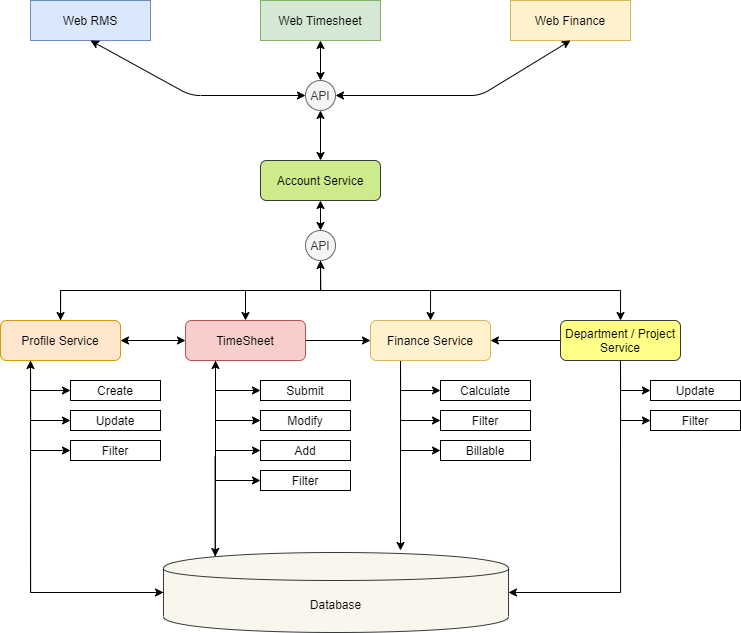
kaisven7/rms-documents keeps this draw.io diagram as rms-overview/RMS_System_overview.png. Above is the earlier version. Source tidied: cells renumbered, new cells last; positions are measured from the earlier drawing's top-left corner, leaving out a move shared by most shapes. Its diagram source:
```xml
<mxGraphModel>
  <root>
    <mxCell id="0" />
    <mxCell id="1" parent="0" />
    <mxCell id="2" value="Web RMS" style="rounded=0;whiteSpace=wrap;html=1;fillColor=#dae8fc;strokeColor=#6c8ebf;" parent="1" vertex="1">
      <mxGeometry x="30" width="120" height="40" as="geometry" />
    </mxCell>
    <mxCell id="3" value="Web Timesheet" style="rounded=0;whiteSpace=wrap;html=1;fillColor=#d5e8d4;strokeColor=#82b366;" parent="1" vertex="1">
      <mxGeometry x="260" width="120" height="40" as="geometry" />
    </mxCell>
    <mxCell id="4" value="Web Finance" style="rounded=0;whiteSpace=wrap;html=1;fillColor=#fff2cc;strokeColor=#d6b656;" parent="1" vertex="1">
      <mxGeometry x="510" width="120" height="40" as="geometry" />
    </mxCell>
    <mxCell id="5" value="Account Service" style="rounded=1;whiteSpace=wrap;html=1;fillColor=#cdeb8b;strokeColor=#36393d;" parent="1" vertex="1">
      <mxGeometry x="260" y="160" width="120" height="40" as="geometry" />
    </mxCell>
    <mxCell id="6" value="API" style="ellipse;whiteSpace=wrap;html=1;fillColor=#f5f5f5;strokeColor=#666666;fontColor=#333333;" parent="1" vertex="1">
      <mxGeometry x="305" y="80" width="30" height="30" as="geometry" />
    </mxCell>
    <mxCell id="7" style="endArrow=classic;startArrow=classic;html=1;entryX=0.5;entryY=1;entryDx=0;entryDy=0;exitX=0.5;exitY=0;exitDx=0;exitDy=0;" parent="1" edge="1" source="6" target="3">
      <mxGeometry relative="1" as="geometry" />
    </mxCell>
    <mxCell id="8" style="endArrow=classic;startArrow=classic;html=1;exitX=1;exitY=0.5;exitDx=0;exitDy=0;entryX=0.5;entryY=1;entryDx=0;entryDy=0;" parent="1" edge="1" source="6" target="4">
      <mxGeometry relative="1" as="geometry">
        <Array as="points">
          <mxPoint x="480" y="95" />
        </Array>
      </mxGeometry>
    </mxCell>
    <mxCell id="9" style="endArrow=classic;startArrow=classic;html=1;entryX=0.5;entryY=1;entryDx=0;entryDy=0;exitX=0;exitY=0.5;exitDx=0;exitDy=0;" parent="1" edge="1" source="6" target="2">
      <mxGeometry relative="1" as="geometry">
        <Array as="points">
          <mxPoint x="190" y="95" />
        </Array>
      </mxGeometry>
    </mxCell>
    <mxCell id="10" style="endArrow=classic;startArrow=classic;html=1;exitX=0.5;exitY=0;exitDx=0;exitDy=0;entryX=0.5;entryY=1;entryDx=0;entryDy=0;" parent="1" edge="1" source="5" target="6">
      <mxGeometry relative="1" as="geometry" />
    </mxCell>
    <mxCell id="11" style="edgeStyle=orthogonalEdgeStyle;rounded=0;jettySize=auto;html=1;exitX=0.5;exitY=0;exitDx=0;exitDy=0;entryX=0.5;entryY=1;entryDx=0;entryDy=0;" parent="1" edge="1" source="16" target="38">
      <mxGeometry relative="1" as="geometry" />
    </mxCell>
    <mxCell id="12" style="edgeStyle=orthogonalEdgeStyle;rounded=0;jettySize=auto;html=1;exitX=0.25;exitY=1;exitDx=0;exitDy=0;entryX=0;entryY=0.5;entryDx=0;entryDy=0;" parent="1" edge="1" source="16" target="40">
      <mxGeometry relative="1" as="geometry" />
    </mxCell>
    <mxCell id="13" style="edgeStyle=orthogonalEdgeStyle;rounded=0;jettySize=auto;html=1;exitX=0.25;exitY=1;exitDx=0;exitDy=0;entryX=0;entryY=0.5;entryDx=0;entryDy=0;" parent="1" edge="1" source="16" target="41">
      <mxGeometry relative="1" as="geometry" />
    </mxCell>
    <mxCell id="14" style="edgeStyle=orthogonalEdgeStyle;rounded=0;jettySize=auto;html=1;exitX=0.25;exitY=1;exitDx=0;exitDy=0;entryX=0;entryY=0.5;entryDx=0;entryDy=0;" parent="1" edge="1" source="16" target="42">
      <mxGeometry relative="1" as="geometry" />
    </mxCell>
    <mxCell id="15" style="edgeStyle=orthogonalEdgeStyle;rounded=0;jettySize=auto;html=1;exitX=0.25;exitY=1;exitDx=0;exitDy=0;entryX=0;entryY=0.5;entryDx=0;entryDy=0;" parent="1" edge="1" source="16" target="50">
      <mxGeometry relative="1" as="geometry" />
    </mxCell>
    <mxCell id="16" value="Profile Service" style="rounded=1;whiteSpace=wrap;html=1;fillColor=#ffe6cc;strokeColor=#d79b00;" parent="1" vertex="1">
      <mxGeometry y="320" width="120" height="40" as="geometry" />
    </mxCell>
    <mxCell id="17" style="edgeStyle=orthogonalEdgeStyle;rounded=0;jettySize=auto;html=1;exitX=0.25;exitY=1;exitDx=0;exitDy=0;entryX=0;entryY=0.5;entryDx=0;entryDy=0;" parent="1" edge="1" source="23" target="43">
      <mxGeometry relative="1" as="geometry" />
    </mxCell>
    <mxCell id="18" style="edgeStyle=orthogonalEdgeStyle;rounded=0;jettySize=auto;html=1;exitX=0.25;exitY=1;exitDx=0;exitDy=0;entryX=0;entryY=0.5;entryDx=0;entryDy=0;" parent="1" edge="1" source="23" target="44">
      <mxGeometry relative="1" as="geometry" />
    </mxCell>
    <mxCell id="19" style="edgeStyle=orthogonalEdgeStyle;rounded=0;jettySize=auto;html=1;exitX=0.25;exitY=1;exitDx=0;exitDy=0;entryX=0;entryY=0.5;entryDx=0;entryDy=0;" parent="1" edge="1" source="23" target="45">
      <mxGeometry relative="1" as="geometry" />
    </mxCell>
    <mxCell id="20" style="edgeStyle=orthogonalEdgeStyle;rounded=0;jettySize=auto;html=1;exitX=0.25;exitY=1;exitDx=0;exitDy=0;entryX=0;entryY=0.5;entryDx=0;entryDy=0;" parent="1" edge="1" source="23" target="46">
      <mxGeometry relative="1" as="geometry" />
    </mxCell>
    <mxCell id="21" style="edgeStyle=orthogonalEdgeStyle;rounded=0;jettySize=auto;html=1;exitX=1;exitY=0.5;exitDx=0;exitDy=0;" parent="1" edge="1" source="23" target="28">
      <mxGeometry relative="1" as="geometry" />
    </mxCell>
    <mxCell id="22" style="edgeStyle=orthogonalEdgeStyle;rounded=0;jettySize=auto;html=1;exitX=0.25;exitY=1;exitDx=0;exitDy=0;entryX=0.15;entryY=0.05;entryDx=0;entryDy=0;entryPerimeter=0;" parent="1" edge="1" source="23" target="50">
      <mxGeometry relative="1" as="geometry" />
    </mxCell>
    <mxCell id="23" value="TimeSheet" style="rounded=1;whiteSpace=wrap;html=1;fillColor=#f8cecc;strokeColor=#b85450;" parent="1" vertex="1">
      <mxGeometry x="185" y="320" width="120" height="40" as="geometry" />
    </mxCell>
    <mxCell id="24" style="edgeStyle=orthogonalEdgeStyle;rounded=0;jettySize=auto;html=1;exitX=0.25;exitY=1;exitDx=0;exitDy=0;entryX=0;entryY=0.5;entryDx=0;entryDy=0;" parent="1" edge="1" source="28" target="51">
      <mxGeometry relative="1" as="geometry" />
    </mxCell>
    <mxCell id="25" style="edgeStyle=orthogonalEdgeStyle;rounded=0;jettySize=auto;html=1;exitX=0.25;exitY=1;exitDx=0;exitDy=0;entryX=0;entryY=0.5;entryDx=0;entryDy=0;" parent="1" edge="1" source="28" target="52">
      <mxGeometry relative="1" as="geometry" />
    </mxCell>
    <mxCell id="26" style="edgeStyle=orthogonalEdgeStyle;rounded=0;jettySize=auto;html=1;exitX=0.25;exitY=1;exitDx=0;exitDy=0;entryX=0;entryY=0.5;entryDx=0;entryDy=0;" parent="1" edge="1" source="28" target="53">
      <mxGeometry relative="1" as="geometry" />
    </mxCell>
    <mxCell id="27" style="edgeStyle=orthogonalEdgeStyle;rounded=0;jettySize=auto;html=1;exitX=0.25;exitY=1;exitDx=0;exitDy=0;entryX=0.687;entryY=-0.025;entryDx=0;entryDy=0;entryPerimeter=0;" parent="1" edge="1" source="28" target="50">
      <mxGeometry relative="1" as="geometry" />
    </mxCell>
    <mxCell id="28" value="Finance Service" style="rounded=1;whiteSpace=wrap;html=1;fillColor=#fff2cc;strokeColor=#d6b656;" parent="1" vertex="1">
      <mxGeometry x="370" y="320" width="120" height="40" as="geometry" />
    </mxCell>
    <mxCell id="29" style="edgeStyle=orthogonalEdgeStyle;rounded=0;jettySize=auto;html=1;exitX=0;exitY=0.5;exitDx=0;exitDy=0;" parent="1" edge="1" source="33" target="28">
      <mxGeometry relative="1" as="geometry" />
    </mxCell>
    <mxCell id="30" style="edgeStyle=orthogonalEdgeStyle;rounded=0;jettySize=auto;html=1;exitX=0.5;exitY=1;exitDx=0;exitDy=0;entryX=1;entryY=0.5;entryDx=0;entryDy=0;" parent="1" edge="1" source="33" target="50">
      <mxGeometry relative="1" as="geometry" />
    </mxCell>
    <mxCell id="31" style="edgeStyle=orthogonalEdgeStyle;rounded=0;jettySize=auto;html=1;exitX=0.5;exitY=1;exitDx=0;exitDy=0;entryX=0;entryY=0.5;entryDx=0;entryDy=0;" parent="1" edge="1" source="33" target="54">
      <mxGeometry relative="1" as="geometry" />
    </mxCell>
    <mxCell id="32" style="edgeStyle=orthogonalEdgeStyle;rounded=0;jettySize=auto;html=1;exitX=0.5;exitY=1;exitDx=0;exitDy=0;entryX=0;entryY=0.5;entryDx=0;entryDy=0;" parent="1" edge="1" source="33" target="55">
      <mxGeometry relative="1" as="geometry" />
    </mxCell>
    <mxCell id="33" value="Department / Project&lt;br&gt;Service" style="rounded=1;whiteSpace=wrap;html=1;fillColor=#ffff88;strokeColor=#36393d;" parent="1" vertex="1">
      <mxGeometry x="560" y="320" width="120" height="40" as="geometry" />
    </mxCell>
    <mxCell id="34" style="edgeStyle=orthogonalEdgeStyle;rounded=0;jettySize=auto;html=1;exitX=0.5;exitY=1;exitDx=0;exitDy=0;entryX=0.5;entryY=0;entryDx=0;entryDy=0;" parent="1" edge="1" source="38" target="23">
      <mxGeometry relative="1" as="geometry" />
    </mxCell>
    <mxCell id="35" style="edgeStyle=orthogonalEdgeStyle;rounded=0;jettySize=auto;html=1;exitX=0.5;exitY=1;exitDx=0;exitDy=0;" parent="1" edge="1" source="38" target="16">
      <mxGeometry relative="1" as="geometry" />
    </mxCell>
    <mxCell id="36" style="edgeStyle=orthogonalEdgeStyle;rounded=0;jettySize=auto;html=1;exitX=0.5;exitY=1;exitDx=0;exitDy=0;entryX=0.5;entryY=0;entryDx=0;entryDy=0;" parent="1" edge="1" source="38" target="28">
      <mxGeometry relative="1" as="geometry" />
    </mxCell>
    <mxCell id="37" style="edgeStyle=orthogonalEdgeStyle;rounded=0;jettySize=auto;html=1;exitX=0.5;exitY=1;exitDx=0;exitDy=0;entryX=0.5;entryY=0;entryDx=0;entryDy=0;" parent="1" edge="1" source="38" target="33">
      <mxGeometry relative="1" as="geometry" />
    </mxCell>
    <mxCell id="38" value="API" style="ellipse;whiteSpace=wrap;html=1;fillColor=#f5f5f5;strokeColor=#666666;fontColor=#333333;" parent="1" vertex="1">
      <mxGeometry x="305" y="230" width="30" height="30" as="geometry" />
    </mxCell>
    <mxCell id="39" style="endArrow=classic;startArrow=classic;html=1;exitX=0.5;exitY=0;exitDx=0;exitDy=0;entryX=0.5;entryY=1;entryDx=0;entryDy=0;" parent="1" edge="1" source="38" target="5">
      <mxGeometry relative="1" as="geometry" />
    </mxCell>
    <mxCell id="40" value="Create" style="rounded=0;whiteSpace=wrap;html=1;" parent="1" vertex="1">
      <mxGeometry x="70" y="380" width="90" height="20" as="geometry" />
    </mxCell>
    <mxCell id="41" value="Update" style="rounded=0;whiteSpace=wrap;html=1;" parent="1" vertex="1">
      <mxGeometry x="70" y="410" width="90" height="20" as="geometry" />
    </mxCell>
    <mxCell id="42" value="Filter" style="rounded=0;whiteSpace=wrap;html=1;" parent="1" vertex="1">
      <mxGeometry x="70" y="440" width="90" height="20" as="geometry" />
    </mxCell>
    <mxCell id="43" value="Submit" style="rounded=0;whiteSpace=wrap;html=1;" parent="1" vertex="1">
      <mxGeometry x="260" y="380" width="90" height="20" as="geometry" />
    </mxCell>
    <mxCell id="44" value="Modify" style="rounded=0;whiteSpace=wrap;html=1;" parent="1" vertex="1">
      <mxGeometry x="260" y="410" width="90" height="20" as="geometry" />
    </mxCell>
    <mxCell id="45" value="Add" style="rounded=0;whiteSpace=wrap;html=1;" parent="1" vertex="1">
      <mxGeometry x="260" y="440" width="90" height="20" as="geometry" />
    </mxCell>
    <mxCell id="46" value="Filter" style="rounded=0;whiteSpace=wrap;html=1;" parent="1" vertex="1">
      <mxGeometry x="260" y="470" width="90" height="20" as="geometry" />
    </mxCell>
    <mxCell id="47" style="endArrow=classic;startArrow=classic;html=1;exitX=1;exitY=0.5;exitDx=0;exitDy=0;entryX=0;entryY=0.5;entryDx=0;entryDy=0;" parent="1" edge="1" source="16" target="23">
      <mxGeometry relative="1" as="geometry" />
    </mxCell>
    <mxCell id="48" style="edgeStyle=orthogonalEdgeStyle;rounded=0;jettySize=auto;html=1;exitX=0.15;exitY=0.05;exitDx=0;exitDy=0;exitPerimeter=0;entryX=0.25;entryY=1;entryDx=0;entryDy=0;" parent="1" edge="1" source="50" target="23">
      <mxGeometry relative="1" as="geometry" />
    </mxCell>
    <mxCell id="49" style="edgeStyle=orthogonalEdgeStyle;rounded=0;jettySize=auto;html=1;exitX=0;exitY=0.5;exitDx=0;exitDy=0;entryX=0.25;entryY=1;entryDx=0;entryDy=0;" parent="1" edge="1" source="50" target="16">
      <mxGeometry relative="1" as="geometry" />
    </mxCell>
    <mxCell id="50" value="Database" style="shape=cylinder;whiteSpace=wrap;html=1;boundedLbl=1;backgroundOutline=1;fillColor=#f9f7ed;strokeColor=#36393d;" parent="1" vertex="1">
      <mxGeometry x="163" y="552" width="345" height="80" as="geometry" />
    </mxCell>
    <mxCell id="51" value="Calculate" style="rounded=0;whiteSpace=wrap;html=1;" parent="1" vertex="1">
      <mxGeometry x="440" y="380" width="90" height="20" as="geometry" />
    </mxCell>
    <mxCell id="52" value="Filter" style="rounded=0;whiteSpace=wrap;html=1;" parent="1" vertex="1">
      <mxGeometry x="440" y="410" width="90" height="20" as="geometry" />
    </mxCell>
    <mxCell id="53" value="Billable" style="rounded=0;whiteSpace=wrap;html=1;" parent="1" vertex="1">
      <mxGeometry x="440" y="440" width="90" height="20" as="geometry" />
    </mxCell>
    <mxCell id="54" value="Update" style="rounded=0;whiteSpace=wrap;html=1;" parent="1" vertex="1">
      <mxGeometry x="650" y="380" width="90" height="20" as="geometry" />
    </mxCell>
    <mxCell id="55" value="Filter" style="rounded=0;whiteSpace=wrap;html=1;" parent="1" vertex="1">
      <mxGeometry x="650" y="410" width="90" height="20" as="geometry" />
    </mxCell>
  </root>
</mxGraphModel>
```
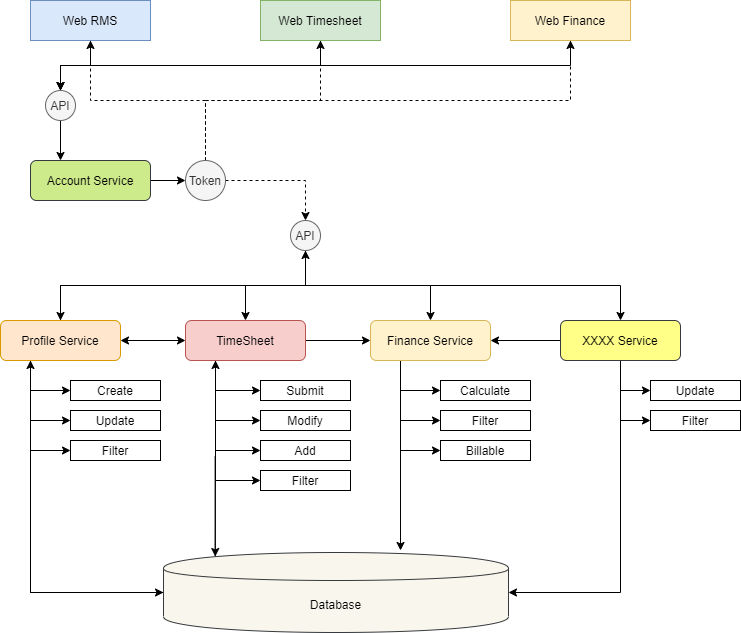
Later version of the same file.

Commit message:
Update System overview

Change to the diagram source:
```diff
@@ -2,41 +2,36 @@
   <root>
     <mxCell id="0" />
     <mxCell id="1" parent="0" />
+    <mxCell id="56" style="edgeStyle=orthogonalEdgeStyle;rounded=0;jettySize=auto;html=1;exitX=0.5;exitY=1;exitDx=0;exitDy=0;" parent="1" edge="1" source="2" target="6">
+      <mxGeometry relative="1" as="geometry" />
+    </mxCell>
     <mxCell id="2" value="Web RMS" style="rounded=0;whiteSpace=wrap;html=1;fillColor=#dae8fc;strokeColor=#6c8ebf;" parent="1" vertex="1">
       <mxGeometry x="30" width="120" height="40" as="geometry" />
     </mxCell>
+    <mxCell id="57" style="edgeStyle=orthogonalEdgeStyle;rounded=0;jettySize=auto;html=1;exitX=0.5;exitY=1;exitDx=0;exitDy=0;entryX=0.5;entryY=0;entryDx=0;entryDy=0;" parent="1" edge="1" source="3" target="6">
+      <mxGeometry relative="1" as="geometry" />
+    </mxCell>
     <mxCell id="3" value="Web Timesheet" style="rounded=0;whiteSpace=wrap;html=1;fillColor=#d5e8d4;strokeColor=#82b366;" parent="1" vertex="1">
       <mxGeometry x="260" width="120" height="40" as="geometry" />
     </mxCell>
+    <mxCell id="58" style="edgeStyle=orthogonalEdgeStyle;rounded=0;jettySize=auto;html=1;exitX=0.5;exitY=1;exitDx=0;exitDy=0;entryX=0.5;entryY=0;entryDx=0;entryDy=0;" parent="1" edge="1" source="4" target="6">
+      <mxGeometry relative="1" as="geometry" />
+    </mxCell>
     <mxCell id="4" value="Web Finance" style="rounded=0;whiteSpace=wrap;html=1;fillColor=#fff2cc;strokeColor=#d6b656;" parent="1" vertex="1">
       <mxGeometry x="510" width="120" height="40" as="geometry" />
     </mxCell>
+    <mxCell id="59" style="edgeStyle=orthogonalEdgeStyle;rounded=0;jettySize=auto;html=1;exitX=1;exitY=0.5;exitDx=0;exitDy=0;entryX=0;entryY=0.5;entryDx=0;entryDy=0;" parent="1" edge="1" source="5" target="65">
+      <mxGeometry relative="1" as="geometry" />
+    </mxCell>
     <mxCell id="5" value="Account Service" style="rounded=1;whiteSpace=wrap;html=1;fillColor=#cdeb8b;strokeColor=#36393d;" parent="1" vertex="1">
-      <mxGeometry x="260" y="160" width="120" height="40" as="geometry" />
+      <mxGeometry x="30" y="160" width="120" height="40" as="geometry" />
     </mxCell>
+    <mxCell id="60" style="edgeStyle=orthogonalEdgeStyle;rounded=0;jettySize=auto;html=1;entryX=0.25;entryY=0;entryDx=0;entryDy=0;" parent="1" edge="1" source="6" target="5">
+      <mxGeometry relative="1" as="geometry" />
+    </mxCell>
     <mxCell id="6" value="API" style="ellipse;whiteSpace=wrap;html=1;fillColor=#f5f5f5;strokeColor=#666666;fontColor=#333333;" parent="1" vertex="1">
-      <mxGeometry x="305" y="80" width="30" height="30" as="geometry" />
+      <mxGeometry x="45" y="90" width="30" height="30" as="geometry" />
     </mxCell>
-    <mxCell id="7" style="endArrow=classic;startArrow=classic;html=1;entryX=0.5;entryY=1;entryDx=0;entryDy=0;exitX=0.5;exitY=0;exitDx=0;exitDy=0;" parent="1" edge="1" source="6" target="3">
-      <mxGeometry relative="1" as="geometry" />
-    </mxCell>
-    <mxCell id="8" style="endArrow=classic;startArrow=classic;html=1;exitX=1;exitY=0.5;exitDx=0;exitDy=0;entryX=0.5;entryY=1;entryDx=0;entryDy=0;" parent="1" edge="1" source="6" target="4">
-      <mxGeometry relative="1" as="geometry">
-        <Array as="points">
-          <mxPoint x="480" y="95" />
-        </Array>
-      </mxGeometry>
-    </mxCell>
-    <mxCell id="9" style="endArrow=classic;startArrow=classic;html=1;entryX=0.5;entryY=1;entryDx=0;entryDy=0;exitX=0;exitY=0.5;exitDx=0;exitDy=0;" parent="1" edge="1" source="6" target="2">
-      <mxGeometry relative="1" as="geometry">
-        <Array as="points">
-          <mxPoint x="190" y="95" />
-        </Array>
-      </mxGeometry>
-    </mxCell>
-    <mxCell id="10" style="endArrow=classic;startArrow=classic;html=1;exitX=0.5;exitY=0;exitDx=0;exitDy=0;entryX=0.5;entryY=1;entryDx=0;entryDy=0;" parent="1" edge="1" source="5" target="6">
-      <mxGeometry relative="1" as="geometry" />
-    </mxCell>
     <mxCell id="11" style="edgeStyle=orthogonalEdgeStyle;rounded=0;jettySize=auto;html=1;exitX=0.5;exitY=0;exitDx=0;exitDy=0;entryX=0.5;entryY=1;entryDx=0;entryDy=0;" parent="1" edge="1" source="16" target="38">
       <mxGeometry relative="1" as="geometry" />
     </mxCell>
@@ -103,7 +98,7 @@
     <mxCell id="32" style="edgeStyle=orthogonalEdgeStyle;rounded=0;jettySize=auto;html=1;exitX=0.5;exitY=1;exitDx=0;exitDy=0;entryX=0;entryY=0.5;entryDx=0;entryDy=0;" parent="1" edge="1" source="33" target="55">
       <mxGeometry relative="1" as="geometry" />
     </mxCell>
-    <mxCell id="33" value="Department / Project&lt;br&gt;Service" style="rounded=1;whiteSpace=wrap;html=1;fillColor=#ffff88;strokeColor=#36393d;" parent="1" vertex="1">
+    <mxCell id="33" value="XXXX Service" style="rounded=1;whiteSpace=wrap;html=1;fillColor=#ffff88;strokeColor=#36393d;" parent="1" vertex="1">
       <mxGeometry x="560" y="320" width="120" height="40" as="geometry" />
     </mxCell>
     <mxCell id="34" style="edgeStyle=orthogonalEdgeStyle;rounded=0;jettySize=auto;html=1;exitX=0.5;exitY=1;exitDx=0;exitDy=0;entryX=0.5;entryY=0;entryDx=0;entryDy=0;" parent="1" edge="1" source="38" target="23">
@@ -119,11 +114,8 @@
       <mxGeometry relative="1" as="geometry" />
     </mxCell>
     <mxCell id="38" value="API" style="ellipse;whiteSpace=wrap;html=1;fillColor=#f5f5f5;strokeColor=#666666;fontColor=#333333;" parent="1" vertex="1">
-      <mxGeometry x="305" y="230" width="30" height="30" as="geometry" />
+      <mxGeometry x="290" y="220" width="30" height="30" as="geometry" />
     </mxCell>
-    <mxCell id="39" style="endArrow=classic;startArrow=classic;html=1;exitX=0.5;exitY=0;exitDx=0;exitDy=0;entryX=0.5;entryY=1;entryDx=0;entryDy=0;" parent="1" edge="1" source="38" target="5">
-      <mxGeometry relative="1" as="geometry" />
-    </mxCell>
     <mxCell id="40" value="Create" style="rounded=0;whiteSpace=wrap;html=1;" parent="1" vertex="1">
       <mxGeometry x="70" y="380" width="90" height="20" as="geometry" />
     </mxCell>
@@ -172,5 +164,20 @@
     <mxCell id="55" value="Filter" style="rounded=0;whiteSpace=wrap;html=1;" parent="1" vertex="1">
       <mxGeometry x="650" y="410" width="90" height="20" as="geometry" />
     </mxCell>
+    <mxCell id="61" style="edgeStyle=orthogonalEdgeStyle;rounded=0;jettySize=auto;html=1;exitX=0.5;exitY=0;exitDx=0;exitDy=0;entryX=0.5;entryY=1;entryDx=0;entryDy=0;dashed=1;" parent="1" edge="1" source="65" target="2">
+      <mxGeometry relative="1" as="geometry" />
+    </mxCell>
+    <mxCell id="62" style="edgeStyle=orthogonalEdgeStyle;rounded=0;jettySize=auto;html=1;exitX=0.5;exitY=0;exitDx=0;exitDy=0;entryX=0.5;entryY=1;entryDx=0;entryDy=0;dashed=1;" parent="1" edge="1" source="65" target="3">
+      <mxGeometry relative="1" as="geometry" />
+    </mxCell>
+    <mxCell id="63" style="edgeStyle=orthogonalEdgeStyle;rounded=0;jettySize=auto;html=1;exitX=0.5;exitY=0;exitDx=0;exitDy=0;entryX=0.5;entryY=1;entryDx=0;entryDy=0;dashed=1;" parent="1" edge="1" source="65" target="4">
+      <mxGeometry relative="1" as="geometry" />
+    </mxCell>
+    <mxCell id="64" style="edgeStyle=orthogonalEdgeStyle;rounded=0;jettySize=auto;html=1;exitX=1;exitY=0.5;exitDx=0;exitDy=0;entryX=0.5;entryY=0;entryDx=0;entryDy=0;dashed=1;" parent="1" edge="1" source="65" target="38">
+      <mxGeometry relative="1" as="geometry" />
+    </mxCell>
+    <mxCell id="65" value="Token" style="ellipse;whiteSpace=wrap;html=1;fillColor=#f5f5f5;strokeColor=#666666;fontColor=#333333;" parent="1" vertex="1">
+      <mxGeometry x="185" y="160" width="40" height="40" as="geometry" />
+    </mxCell>
   </root>
 </mxGraphModel>
```
